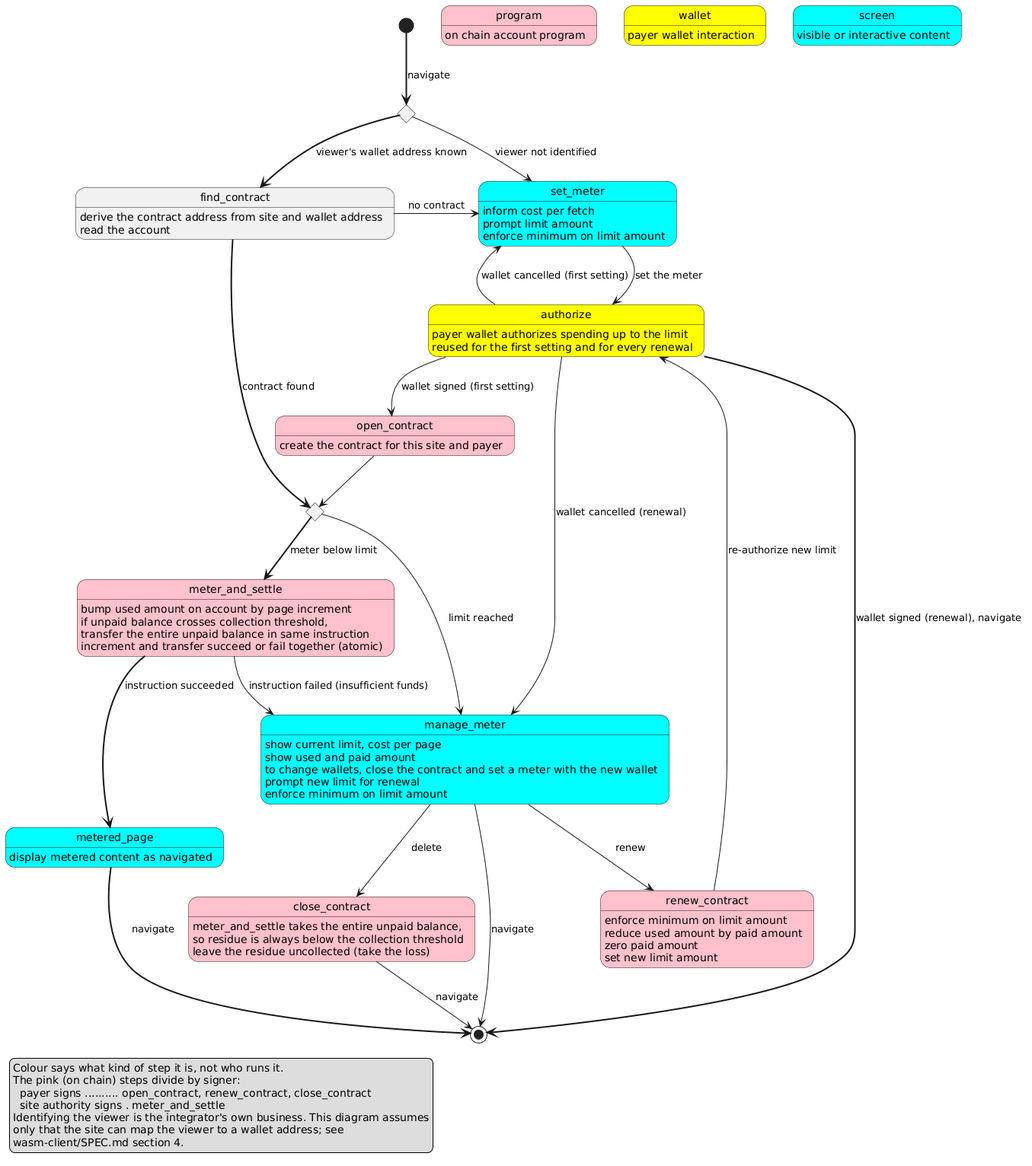
This is state-machine.png from wbreeze/sol-pay, a PlantUML export, as it was before one commit. Its source is kept beside it as state-machine.plantuml.
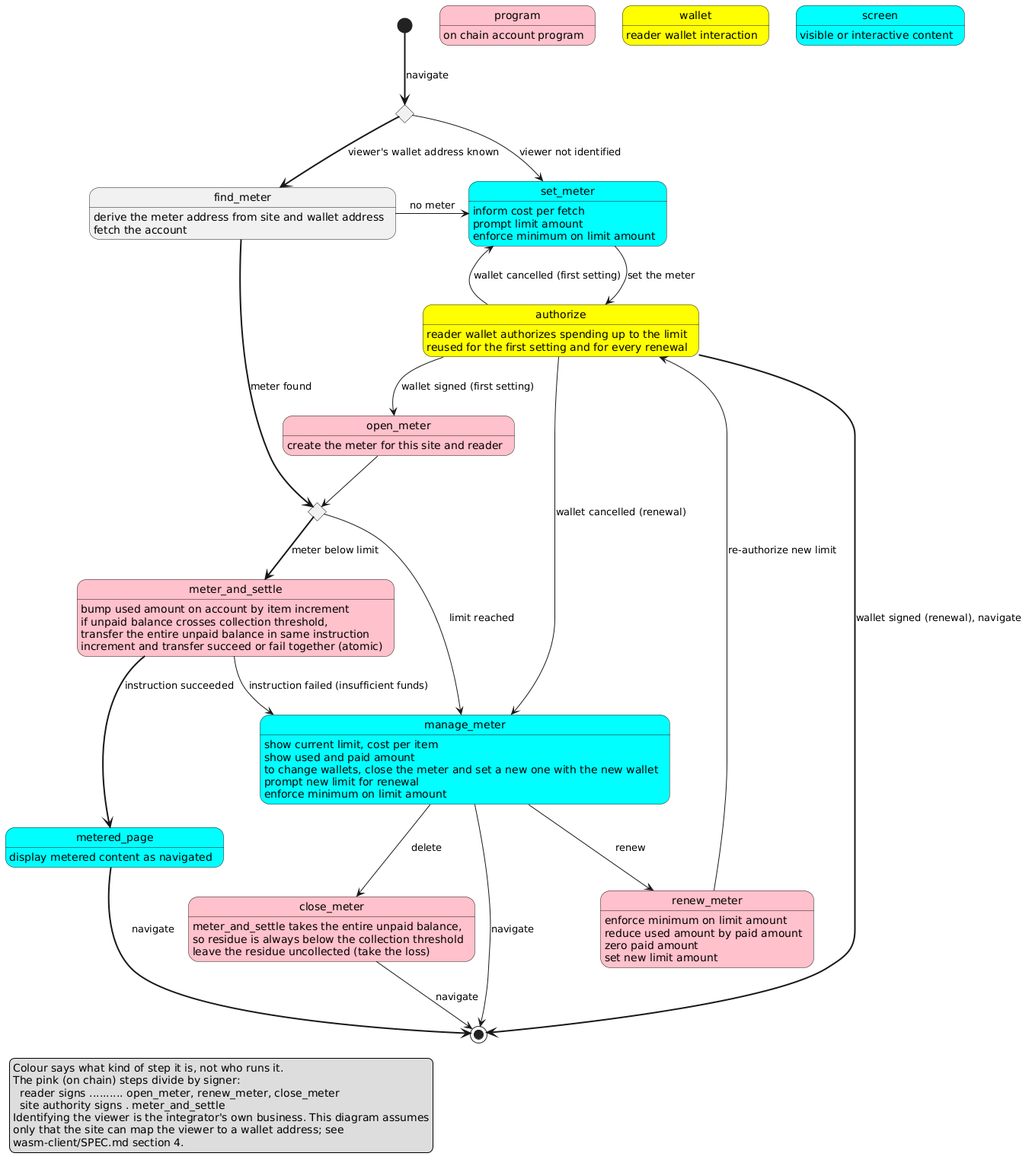
Later version of the same file.

What changed in the source:
```diff
@@ -3,51 +3,51 @@
 program : on chain account program
 
 state wallet #yellow
-wallet : payer wallet interaction
+wallet : reader wallet interaction
 
 state screen #cyan
 screen : visible or interactive content
 
 state identified <<choice>>
 state set_meter #cyan
-state find_contract
+state find_meter
 state authorize #yellow
-state open_contract #pink
+state open_meter #pink
 state metered_page #cyan
 state meter_and_settle #pink
 state check_limit <<choice>>
 state manage_meter #cyan
-state renew_contract #pink
-state close_contract #pink
+state renew_meter #pink
+state close_meter #pink
 
 [*] -[bold]-> identified : navigate
 identified --> set_meter : viewer not identified
-identified -[bold]-> find_contract : viewer's wallet address known
+identified -[bold]-> find_meter : viewer's wallet address known
 
-find_contract : derive the contract address from site and wallet address
-find_contract : read the account
-find_contract -> set_meter : no contract
-find_contract -[bold]-> check_limit : contract found
+find_meter : derive the meter address from site and wallet address
+find_meter : fetch the account
+find_meter -> set_meter : no meter
+find_meter -[bold]-> check_limit : meter found
 
 set_meter : inform cost per fetch
 set_meter : prompt limit amount
 set_meter : enforce minimum on limit amount
 set_meter --> authorize : set the meter
 
-authorize : payer wallet authorizes spending up to the limit
+authorize : reader wallet authorizes spending up to the limit
 authorize : reused for the first setting and for every renewal
 authorize -> set_meter : wallet cancelled (first setting)
-authorize --> open_contract : wallet signed (first setting)
+authorize --> open_meter : wallet signed (first setting)
 authorize -> manage_meter : wallet cancelled (renewal)
 authorize -[bold]-> [*] : wallet signed (renewal), navigate
 
-open_contract : create the contract for this site and payer
-open_contract --> check_limit
+open_meter : create the meter for this site and reader
+open_meter --> check_limit
 
 metered_page : display metered content as navigated
 metered_page -[bold]-> [*] : navigate
 
-meter_and_settle : bump used amount on account by page increment
+meter_and_settle : bump used amount on account by item increment
 meter_and_settle : if unpaid balance crosses collection threshold,
 meter_and_settle : transfer the entire unpaid balance in same instruction
 meter_and_settle : increment and transfer succeed or fail together (atomic)
@@ -57,30 +57,30 @@
 check_limit -> manage_meter : limit reached
 check_limit -[bold]-> meter_and_settle : meter below limit
 
-manage_meter: show current limit, cost per page
+manage_meter: show current limit, cost per item
 manage_meter: show used and paid amount
-manage_meter: to change wallets, close the contract and set a meter with the new wallet
+manage_meter: to change wallets, close the meter and set a new one with the new wallet
 manage_meter: prompt new limit for renewal
 manage_meter: enforce minimum on limit amount
 manage_meter -> [*] : navigate
-manage_meter --> renew_contract : renew
-manage_meter --> close_contract : delete
+manage_meter --> renew_meter : renew
+manage_meter --> close_meter : delete
 
-renew_contract: enforce minimum on limit amount
-renew_contract: reduce used amount by paid amount
-renew_contract: zero paid amount
-renew_contract: set new limit amount
-renew_contract --> authorize : re-authorize new limit
+renew_meter: enforce minimum on limit amount
+renew_meter: reduce used amount by paid amount
+renew_meter: zero paid amount
+renew_meter: set new limit amount
+renew_meter --> authorize : re-authorize new limit
 
-close_contract : meter_and_settle takes the entire unpaid balance,
-close_contract : so residue is always below the collection threshold
-close_contract : leave the residue uncollected (take the loss)
-close_contract --> [*] : navigate
+close_meter : meter_and_settle takes the entire unpaid balance,
+close_meter : so residue is always below the collection threshold
+close_meter : leave the residue uncollected (take the loss)
+close_meter --> [*] : navigate
 
 legend left
 Colour says what kind of step it is, not who runs it.
 The pink (on chain) steps divide by signer:
-  payer signs .......... open_contract, renew_contract, close_contract
+  reader signs .......... open_meter, renew_meter, close_meter
   site authority signs . meter_and_settle
 Identifying the viewer is the integrator's own business. This diagram assumes
 only that the site can map the viewer to a wallet address; see
```
